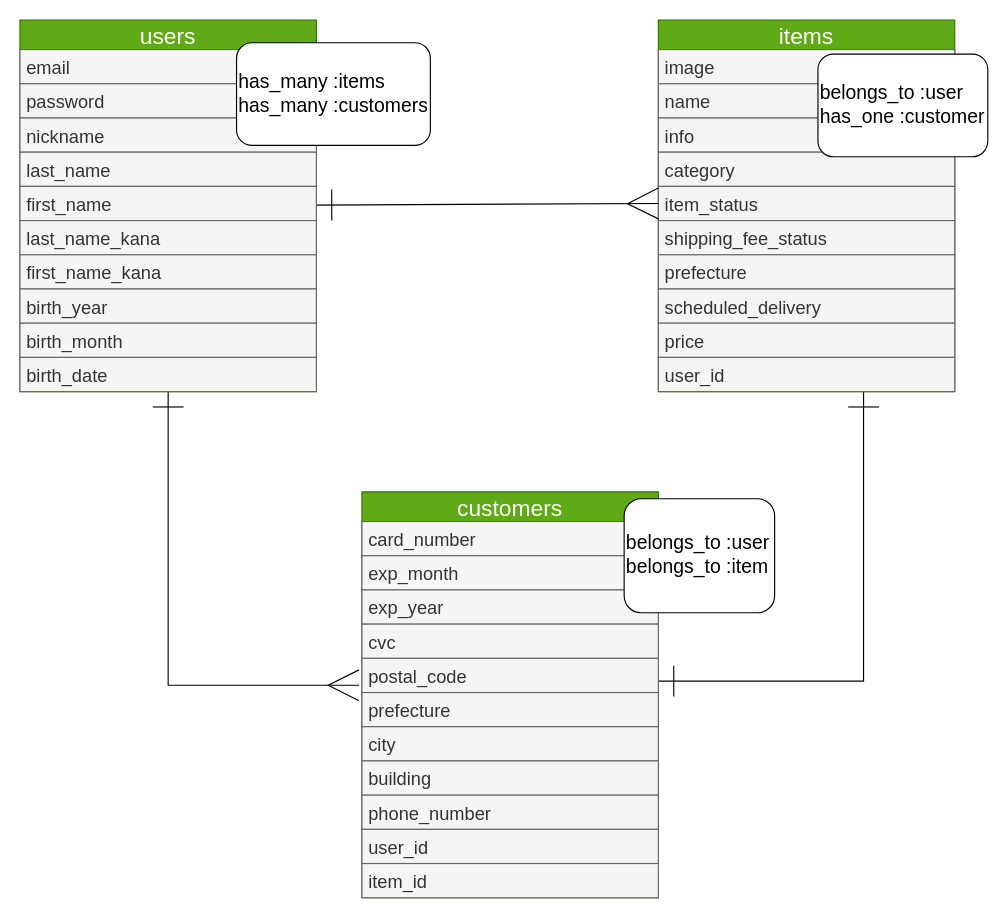
Before: furima.dio in abmsonic/furima-29106, a draw.io diagram. Source tidied: cells renumbered, new cells numbered last; positions are measured from the earlier drawing's top-left corner, leaving out a move shared by most shapes. Both pictures are drawn from the tidied source at 114%, with x=0, y=0 at pixel (19, 19).
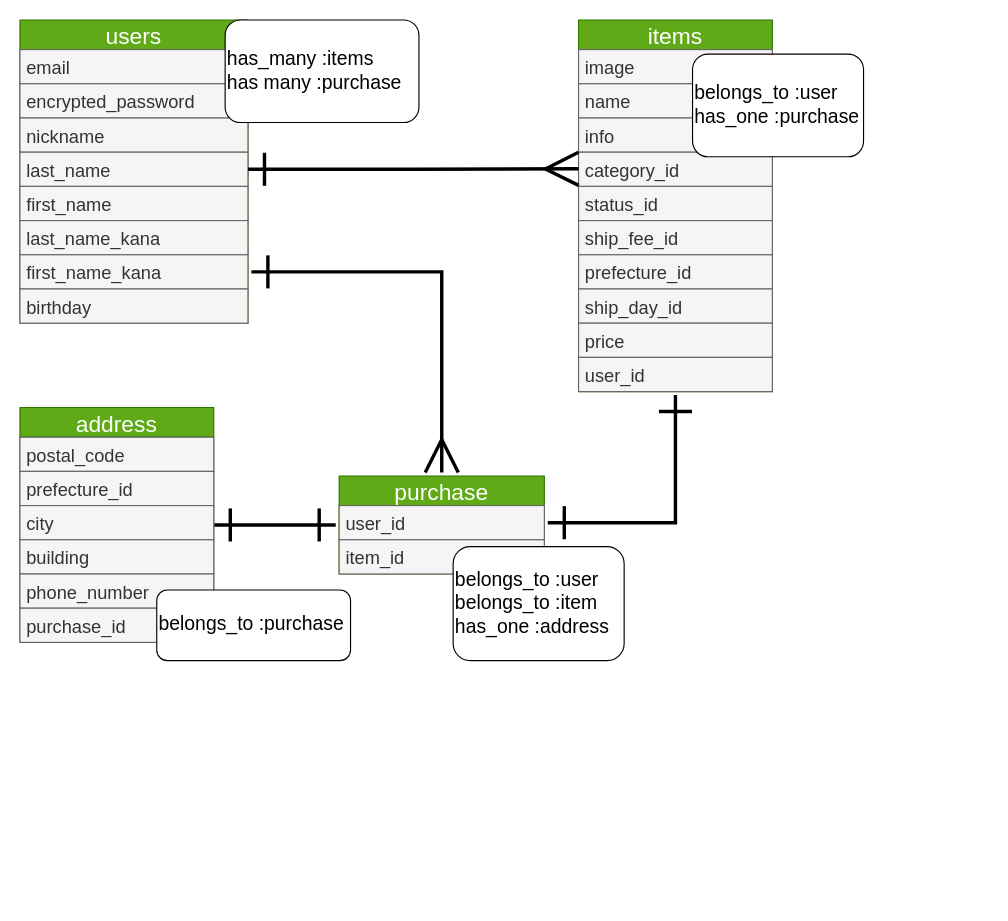
Above is the later version.

Commit message (it also covers changes not shown here):
ER図とREADMEの訂正01

Change to the diagram source:
```diff
@@
-    <mxCell id="2" style="edgeStyle=orthogonalEdgeStyle;rounded=0;jettySize=auto;html=1;startArrow=ERone;startFill=0;startSize=25;endArrow=ERone;endFill=0;endSize=25;targetPerimeterSpacing=0;strokeWidth=1;" parent="1" edge="1" source="8" target="25">
-      <mxGeometry relative="1" as="geometry">
-        <Array as="points">
-          <mxPoint x="740" y="580" />
-        </Array>
-      </mxGeometry>
-    </mxCell>
+    <mxCell id="42" style="edgeStyle=orthogonalEdgeStyle;rounded=0;jettySize=auto;html=1;entryX=1;entryY=0.5;entryDx=0;entryDy=0;startArrow=ERone;startFill=0;endArrow=ERone;endFill=0;strokeWidth=3;endSize=25;startSize=25;targetPerimeterSpacing=3;sourcePerimeterSpacing=3;" parent="1" edge="1" source="3" target="43">
+      <mxGeometry relative="1" as="geometry" />
+    </mxCell>
-    <mxCell id="3" value="customers" style="swimlane;fontStyle=0;horizontal=1;startSize=26;align=center;fontSize=20;fillColor=#60a917;strokeColor=#2D7600;fontColor=#ffffff;labelBackgroundColor=none;" parent="1" vertex="1">
-      <mxGeometry x="300" y="414" width="260" height="356" as="geometry" />
+    <mxCell id="3" value="purchase" style="swimlane;fontStyle=0;horizontal=1;startSize=26;align=center;fontSize=20;fillColor=#60a917;strokeColor=#2D7600;fontColor=#ffffff;labelBackgroundColor=none;" parent="1" vertex="1">
+      <mxGeometry x="280" y="400" width="180" height="86" as="geometry" />
     </mxCell>
-    <mxCell id="4" value="card_number" style="text;spacingLeft=4;spacingRight=4;overflow=hidden;fontSize=16;labelBackgroundColor=none;fillColor=#f5f5f5;strokeColor=#666666;fontColor=#333333;" parent="3" vertex="1">
-      <mxGeometry y="26" width="260" height="30" as="geometry" />
-    </mxCell>
-    <mxCell id="5" value="exp_month" style="text;spacingLeft=4;spacingRight=4;overflow=hidden;fontSize=16;labelBackgroundColor=none;fillColor=#f5f5f5;strokeColor=#666666;fontColor=#333333;" parent="3" vertex="1">
-      <mxGeometry y="56" width="260" height="30" as="geometry" />
-    </mxCell>
-    <mxCell id="6" value="exp_year" style="text;spacingLeft=4;spacingRight=4;overflow=hidden;fontSize=16;labelBackgroundColor=none;fillColor=#f5f5f5;strokeColor=#666666;fontColor=#333333;" parent="3" vertex="1">
-      <mxGeometry y="86" width="260" height="30" as="geometry" />
-    </mxCell>
-    <mxCell id="7" value="cvc" style="text;spacingLeft=4;spacingRight=4;overflow=hidden;fontSize=16;labelBackgroundColor=none;fillColor=#f5f5f5;strokeColor=#666666;fontColor=#333333;" parent="3" vertex="1">
-      <mxGeometry y="116" width="260" height="30" as="geometry" />
-    </mxCell>
-    <mxCell id="8" value="postal_code" style="text;spacingLeft=4;spacingRight=4;overflow=hidden;points=[[0,0.5],[1,0.5]];portConstraint=eastwest;fontSize=16;labelBackgroundColor=none;fillColor=#f5f5f5;strokeColor=#666666;fontColor=#333333;" parent="3" vertex="1">
-      <mxGeometry y="146" width="260" height="30" as="geometry" />
+    <mxCell id="8" value="user_id" style="text;spacingLeft=4;spacingRight=4;overflow=hidden;points=[[0,0.5],[1,0.5]];portConstraint=eastwest;fontSize=16;labelBackgroundColor=none;fillColor=#f5f5f5;strokeColor=#666666;fontColor=#333333;" parent="3" vertex="1">
+      <mxGeometry y="26" width="180" height="30" as="geometry" />
     </mxCell>
-    <mxCell id="9" value="prefecture" style="text;spacingLeft=4;spacingRight=4;overflow=hidden;fontSize=16;labelBackgroundColor=none;fillColor=#f5f5f5;strokeColor=#666666;fontColor=#333333;" parent="3" vertex="1">
-      <mxGeometry y="176" width="260" height="30" as="geometry" />
+    <mxCell id="9" value="item_id" style="text;spacingLeft=4;spacingRight=4;overflow=hidden;fontSize=16;labelBackgroundColor=none;fillColor=#f5f5f5;strokeColor=#666666;fontColor=#333333;" parent="3" vertex="1">
+      <mxGeometry y="56" width="180" height="30" as="geometry" />
     </mxCell>
-    <mxCell id="10" value="city" style="text;spacingLeft=4;spacingRight=4;overflow=hidden;fontSize=16;labelBackgroundColor=none;fillColor=#f5f5f5;strokeColor=#666666;fontColor=#333333;" parent="3" vertex="1">
-      <mxGeometry y="206" width="260" height="30" as="geometry" />
-    </mxCell>
-    <mxCell id="11" value="building" style="text;spacingLeft=4;spacingRight=4;overflow=hidden;fontSize=16;labelBackgroundColor=none;fillColor=#f5f5f5;strokeColor=#666666;fontColor=#333333;" parent="3" vertex="1">
-      <mxGeometry y="236" width="260" height="30" as="geometry" />
-    </mxCell>
-    <mxCell id="12" value="phone_number" style="text;spacingLeft=4;spacingRight=4;overflow=hidden;fontSize=16;labelBackgroundColor=none;fillColor=#f5f5f5;strokeColor=#666666;fontColor=#333333;" parent="3" vertex="1">
-      <mxGeometry y="266" width="260" height="30" as="geometry" />
-    </mxCell>
-    <mxCell id="13" value="user_id" style="text;spacingLeft=4;spacingRight=4;overflow=hidden;fontSize=16;fillColor=#f5f5f5;strokeColor=#666666;fontColor=#333333;" parent="3" vertex="1">
-      <mxGeometry y="296" width="260" height="30" as="geometry" />
-    </mxCell>
-    <mxCell id="14" value="item_id" style="text;spacingLeft=4;spacingRight=4;overflow=hidden;fontSize=16;labelBackgroundColor=none;fillColor=#f5f5f5;strokeColor=#666666;fontColor=#333333;" parent="3" vertex="1">
-      <mxGeometry y="326" width="260" height="30" as="geometry" />
-    </mxCell>
     <mxCell id="15" value="items" style="swimlane;fontStyle=0;horizontal=1;startSize=26;align=center;fontSize=20;fillColor=#60a917;strokeColor=#2D7600;fontColor=#ffffff;" parent="1" vertex="1">
-      <mxGeometry x="560" width="260" height="326" as="geometry" />
+      <mxGeometry x="490" width="170" height="326" as="geometry" />
     </mxCell>
     <mxCell id="16" value="image" style="text;strokeColor=#666666;fillColor=#f5f5f5;spacingLeft=4;spacingRight=4;overflow=hidden;fontSize=16;fontColor=#333333;" parent="15" vertex="1">
-      <mxGeometry y="26" width="260" height="30" as="geometry" />
+      <mxGeometry y="26" width="170" height="30" as="geometry" />
     </mxCell>
     <mxCell id="17" value="name" style="text;strokeColor=#666666;fillColor=#f5f5f5;spacingLeft=4;spacingRight=4;overflow=hidden;fontSize=16;fontColor=#333333;" parent="15" vertex="1">
-      <mxGeometry y="56" width="260" height="30" as="geometry" />
+      <mxGeometry y="56" width="170" height="30" as="geometry" />
     </mxCell>
     <mxCell id="18" value="info" style="text;strokeColor=#666666;fillColor=#f5f5f5;spacingLeft=4;spacingRight=4;overflow=hidden;fontSize=16;fontColor=#333333;" parent="15" vertex="1">
-      <mxGeometry y="86" width="260" height="30" as="geometry" />
+      <mxGeometry y="86" width="170" height="30" as="geometry" />
     </mxCell>
-    <mxCell id="19" value="category" style="text;strokeColor=#666666;fillColor=#f5f5f5;spacingLeft=4;spacingRight=4;overflow=hidden;fontSize=16;fontColor=#333333;" parent="15" vertex="1">
-      <mxGeometry y="116" width="260" height="30" as="geometry" />
+    <mxCell id="19" value="category_id" style="text;strokeColor=#666666;fillColor=#f5f5f5;spacingLeft=4;spacingRight=4;overflow=hidden;fontSize=16;fontColor=#333333;" parent="15" vertex="1">
+      <mxGeometry y="116" width="170" height="30" as="geometry" />
     </mxCell>
-    <mxCell id="20" value="item_status" style="text;strokeColor=#666666;fillColor=#f5f5f5;spacingLeft=4;spacingRight=4;overflow=hidden;points=[[0,0.5],[1,0.5]];portConstraint=eastwest;fontSize=16;fontColor=#333333;" parent="15" vertex="1">
-      <mxGeometry y="146" width="260" height="30" as="geometry" />
+    <mxCell id="20" value="status_id" style="text;strokeColor=#666666;fillColor=#f5f5f5;spacingLeft=4;spacingRight=4;overflow=hidden;points=[[0,0.5],[1,0.5]];portConstraint=eastwest;fontSize=16;fontColor=#333333;" parent="15" vertex="1">
+      <mxGeometry y="146" width="170" height="30" as="geometry" />
     </mxCell>
-    <mxCell id="21" value="shipping_fee_status" style="text;strokeColor=#666666;fillColor=#f5f5f5;spacingLeft=4;spacingRight=4;overflow=hidden;fontSize=16;fontColor=#333333;" parent="15" vertex="1">
-      <mxGeometry y="176" width="260" height="30" as="geometry" />
+    <mxCell id="21" value="ship_fee_id" style="text;strokeColor=#666666;fillColor=#f5f5f5;spacingLeft=4;spacingRight=4;overflow=hidden;fontSize=16;fontColor=#333333;" parent="15" vertex="1">
+      <mxGeometry y="176" width="170" height="30" as="geometry" />
     </mxCell>
-    <mxCell id="22" value="prefecture" style="text;strokeColor=#666666;fillColor=#f5f5f5;spacingLeft=4;spacingRight=4;overflow=hidden;fontSize=16;fontColor=#333333;" parent="15" vertex="1">
-      <mxGeometry y="206" width="260" height="30" as="geometry" />
+    <mxCell id="22" value="prefecture_id" style="text;strokeColor=#666666;fillColor=#f5f5f5;spacingLeft=4;spacingRight=4;overflow=hidden;fontSize=16;fontColor=#333333;" parent="15" vertex="1">
+      <mxGeometry y="206" width="170" height="30" as="geometry" />
     </mxCell>
-    <mxCell id="23" value="scheduled_delivery" style="text;strokeColor=#666666;fillColor=#f5f5f5;spacingLeft=4;spacingRight=4;overflow=hidden;fontSize=16;fontColor=#333333;" parent="15" vertex="1">
-      <mxGeometry y="236" width="260" height="30" as="geometry" />
+    <mxCell id="23" value="ship_day_id" style="text;strokeColor=#666666;fillColor=#f5f5f5;spacingLeft=4;spacingRight=4;overflow=hidden;fontSize=16;fontColor=#333333;" parent="15" vertex="1">
+      <mxGeometry y="236" width="170" height="30" as="geometry" />
     </mxCell>
     <mxCell id="24" value="price" style="text;strokeColor=#666666;fillColor=#f5f5f5;spacingLeft=4;spacingRight=4;overflow=hidden;fontSize=16;fontColor=#333333;" parent="15" vertex="1">
-      <mxGeometry y="266" width="260" height="30" as="geometry" />
+      <mxGeometry y="266" width="170" height="30" as="geometry" />
     </mxCell>
     <mxCell id="25" value="user_id" style="text;strokeColor=#666666;fillColor=#f5f5f5;spacingLeft=4;spacingRight=4;overflow=hidden;points=[[0,0.5],[1,0.5]];portConstraint=eastwest;fontSize=16;fontColor=#333333;" parent="15" vertex="1">
-      <mxGeometry y="296" width="260" height="30" as="geometry" />
+      <mxGeometry y="296" width="170" height="30" as="geometry" />
     </mxCell>
-    <mxCell id="26" style="rounded=0;jettySize=auto;html=1;entryX=0;entryY=0.5;entryDx=0;entryDy=0;endArrow=ERmany;endFill=0;startArrow=ERone;startFill=0;strokeWidth=1;endSize=25;targetPerimeterSpacing=0;startSize=25;" parent="1" edge="1" source="28" target="20">
-      <mxGeometry relative="1" as="geometry" />
-    </mxCell>
-    <mxCell id="27" style="edgeStyle=orthogonalEdgeStyle;rounded=0;jettySize=auto;html=1;entryX=-0.01;entryY=0.787;entryDx=0;entryDy=0;entryPerimeter=0;startArrow=ERone;startFill=0;startSize=25;endArrow=ERmany;endFill=0;endSize=25;targetPerimeterSpacing=0;strokeWidth=1;" parent="1" edge="1" source="28" target="8">
-      <mxGeometry relative="1" as="geometry" />
-    </mxCell>
     <mxCell id="28" value="users" style="swimlane;fontStyle=0;horizontal=1;startSize=26;align=center;fontSize=20;fillColor=#60a917;strokeColor=#2D7600;fontColor=#ffffff;" parent="1" vertex="1">
-      <mxGeometry width="260" height="326" as="geometry" />
+      <mxGeometry width="200" height="266" as="geometry" />
     </mxCell>
     <mxCell id="29" value="email" style="text;strokeColor=#666666;fillColor=#f5f5f5;spacingLeft=4;spacingRight=4;overflow=hidden;fontSize=16;fontColor=#333333;" parent="28" vertex="1">
-      <mxGeometry y="26" width="260" height="30" as="geometry" />
+      <mxGeometry y="26" width="200" height="30" as="geometry" />
     </mxCell>
-    <mxCell id="30" value="password" style="text;strokeColor=#666666;fillColor=#f5f5f5;spacingLeft=4;spacingRight=4;overflow=hidden;fontSize=16;fontColor=#333333;" parent="28" vertex="1">
-      <mxGeometry y="56" width="260" height="30" as="geometry" />
+    <mxCell id="30" value="encrypted_password" style="text;strokeColor=#666666;fillColor=#f5f5f5;spacingLeft=4;spacingRight=4;overflow=hidden;fontSize=16;fontColor=#333333;" parent="28" vertex="1">
+      <mxGeometry y="56" width="200" height="30" as="geometry" />
     </mxCell>
     <mxCell id="31" value="nickname" style="text;strokeColor=#666666;fillColor=#f5f5f5;spacingLeft=4;spacingRight=4;overflow=hidden;fontSize=16;fontColor=#333333;" parent="28" vertex="1">
-      <mxGeometry y="86" width="260" height="30" as="geometry" />
+      <mxGeometry y="86" width="200" height="30" as="geometry" />
     </mxCell>
     <mxCell id="32" value="last_name" style="text;strokeColor=#666666;fillColor=#f5f5f5;spacingLeft=4;spacingRight=4;overflow=hidden;points=[[0,0.5],[1,0.5]];portConstraint=eastwest;fontSize=16;fontColor=#333333;" parent="28" vertex="1">
-      <mxGeometry y="116" width="260" height="30" as="geometry" />
+      <mxGeometry y="116" width="200" height="30" as="geometry" />
     </mxCell>
     <mxCell id="33" value="first_name" style="text;strokeColor=#666666;fillColor=#f5f5f5;spacingLeft=4;spacingRight=4;overflow=hidden;fontSize=16;fontColor=#333333;" parent="28" vertex="1">
-      <mxGeometry y="146" width="260" height="30" as="geometry" />
+      <mxGeometry y="146" width="200" height="30" as="geometry" />
     </mxCell>
     <mxCell id="34" value="last_name_kana" style="text;strokeColor=#666666;fillColor=#f5f5f5;spacingLeft=4;spacingRight=4;overflow=hidden;fontSize=16;fontColor=#333333;" parent="28" vertex="1">
-      <mxGeometry y="176" width="260" height="30" as="geometry" />
+      <mxGeometry y="176" width="200" height="30" as="geometry" />
     </mxCell>
     <mxCell id="35" value="first_name_kana" style="text;strokeColor=#666666;fillColor=#f5f5f5;spacingLeft=4;spacingRight=4;overflow=hidden;points=[[0,0.5],[1,0.5]];portConstraint=eastwest;fontSize=16;fontColor=#333333;" parent="28" vertex="1">
-      <mxGeometry y="206" width="260" height="30" as="geometry" />
+      <mxGeometry y="206" width="200" height="30" as="geometry" />
     </mxCell>
-    <mxCell id="36" value="birth_year" style="text;strokeColor=#666666;fillColor=#f5f5f5;spacingLeft=4;spacingRight=4;overflow=hidden;fontSize=16;fontColor=#333333;" parent="28" vertex="1">
-      <mxGeometry y="236" width="260" height="30" as="geometry" />
+    <mxCell id="36" value="birthday" style="text;strokeColor=#666666;fillColor=#f5f5f5;spacingLeft=4;spacingRight=4;overflow=hidden;fontSize=16;fontColor=#333333;" parent="28" vertex="1">
+      <mxGeometry y="236" width="200" height="30" as="geometry" />
     </mxCell>
-    <mxCell id="37" value="birth_month" style="text;strokeColor=#666666;fillColor=#f5f5f5;spacingLeft=4;spacingRight=4;overflow=hidden;fontSize=16;fontColor=#333333;" parent="28" vertex="1">
-      <mxGeometry y="266" width="260" height="30" as="geometry" />
-    </mxCell>
-    <mxCell id="38" value="birth_date" style="text;strokeColor=#666666;fillColor=#f5f5f5;spacingLeft=4;spacingRight=4;overflow=hidden;fontSize=16;fontColor=#333333;" parent="28" vertex="1">
-      <mxGeometry y="296" width="260" height="30" as="geometry" />
-    </mxCell>
-    <mxCell id="39" value="has_many :items&lt;br style=&quot;font-size: 17px;&quot;&gt;has_many :customers" style="rounded=1;whiteSpace=wrap;html=1;align=left;verticalAlign=middle;fontSize=17;" parent="1" vertex="1">
-      <mxGeometry x="190" y="20" width="170" height="90" as="geometry" />
-    </mxCell>
-    <mxCell id="40" value="belongs_to :user&lt;br style=&quot;font-size: 17px;&quot;&gt;has_one :customer" style="rounded=1;whiteSpace=wrap;html=1;align=left;fontSize=17;" parent="1" vertex="1">
-      <mxGeometry x="700" y="30" width="149" height="90" as="geometry" />
+    <mxCell id="40" value="has_many :items&lt;br style=&quot;font-size: 17px&quot;&gt;has many :purchase" style="rounded=1;whiteSpace=wrap;html=1;align=left;fontSize=17;" parent="1" vertex="1">
+      <mxGeometry x="180" width="170" height="90" as="geometry" />
     </mxCell>
-    <mxCell id="41" value="belongs_to :user&lt;br style=&quot;font-size: 17px;&quot;&gt;belongs_to :item" style="rounded=1;whiteSpace=wrap;html=1;align=left;fontSize=17;" parent="1" vertex="1">
-      <mxGeometry x="530" y="420" width="132" height="100" as="geometry" />
+    <mxCell id="41" value="belongs_to :user&lt;br style=&quot;font-size: 17px&quot;&gt;belongs_to :item&lt;br&gt;has_one :address" style="rounded=1;whiteSpace=wrap;html=1;align=left;fontSize=17;" parent="1" vertex="1">
+      <mxGeometry x="380" y="462" width="150" height="100" as="geometry" />
     </mxCell>
+    <mxCell id="43" value="address" style="swimlane;fontStyle=0;horizontal=1;startSize=26;align=center;fontSize=20;fillColor=#60a917;strokeColor=#2D7600;fontColor=#ffffff;labelBackgroundColor=none;" parent="1" vertex="1">
+      <mxGeometry y="340" width="170" height="206" as="geometry" />
+    </mxCell>
+    <mxCell id="44" value="postal_code" style="text;spacingLeft=4;spacingRight=4;overflow=hidden;fontSize=16;labelBackgroundColor=none;fillColor=#f5f5f5;strokeColor=#666666;fontColor=#333333;" parent="43" vertex="1">
+      <mxGeometry y="26" width="170" height="30" as="geometry" />
+    </mxCell>
+    <mxCell id="45" value="prefecture_id" style="text;spacingLeft=4;spacingRight=4;overflow=hidden;fontSize=16;labelBackgroundColor=none;fillColor=#f5f5f5;strokeColor=#666666;fontColor=#333333;" parent="43" vertex="1">
+      <mxGeometry y="56" width="170" height="30" as="geometry" />
+    </mxCell>
+    <mxCell id="10" value="city" style="text;spacingLeft=4;spacingRight=4;overflow=hidden;fontSize=16;labelBackgroundColor=none;fillColor=#f5f5f5;strokeColor=#666666;fontColor=#333333;" parent="43" vertex="1">
+      <mxGeometry y="86" width="170" height="30" as="geometry" />
+    </mxCell>
+    <mxCell id="11" value="building" style="text;spacingLeft=4;spacingRight=4;overflow=hidden;fontSize=16;labelBackgroundColor=none;fillColor=#f5f5f5;strokeColor=#666666;fontColor=#333333;" parent="43" vertex="1">
+      <mxGeometry y="116" width="170" height="30" as="geometry" />
+    </mxCell>
+    <mxCell id="12" value="phone_number" style="text;spacingLeft=4;spacingRight=4;overflow=hidden;fontSize=16;labelBackgroundColor=none;fillColor=#f5f5f5;strokeColor=#666666;fontColor=#333333;" parent="43" vertex="1">
+      <mxGeometry y="146" width="170" height="30" as="geometry" />
+    </mxCell>
+    <mxCell id="46" value="purchase_id" style="text;spacingLeft=4;spacingRight=4;overflow=hidden;fontSize=16;labelBackgroundColor=none;fillColor=#f5f5f5;strokeColor=#666666;fontColor=#333333;" parent="43" vertex="1">
+      <mxGeometry y="176" width="170" height="30" as="geometry" />
+    </mxCell>
+    <mxCell id="47" style="edgeStyle=orthogonalEdgeStyle;rounded=0;jettySize=auto;html=1;exitX=1;exitY=0.5;exitDx=0;exitDy=0;endArrow=ERmany;endFill=0;startArrow=ERone;startFill=0;strokeWidth=3;endSize=25;startSize=25;targetPerimeterSpacing=3;sourcePerimeterSpacing=3;" parent="1" edge="1" source="32">
+      <mxGeometry relative="1" as="geometry">
+        <mxPoint x="490" y="130.6" as="targetPoint" />
+      </mxGeometry>
+    </mxCell>
+    <mxCell id="48" style="edgeStyle=orthogonalEdgeStyle;rounded=0;jettySize=auto;html=1;startArrow=ERone;startFill=0;endArrow=ERmany;endFill=0;strokeWidth=3;endSize=25;startSize=25;targetPerimeterSpacing=3;sourcePerimeterSpacing=3;" parent="1" edge="1" source="35" target="3">
+      <mxGeometry relative="1" as="geometry" />
+    </mxCell>
+    <mxCell id="49" style="edgeStyle=orthogonalEdgeStyle;rounded=0;jettySize=auto;html=1;startArrow=ERone;startFill=0;endArrow=ERone;endFill=0;strokeWidth=3;endSize=25;startSize=25;targetPerimeterSpacing=3;sourcePerimeterSpacing=3;" parent="1" edge="1" source="8" target="15">
+      <mxGeometry relative="1" as="geometry" />
+    </mxCell>
+    <mxCell id="39" value="belongs_to :user&lt;br style=&quot;font-size: 17px&quot;&gt;has_one :purchase" style="rounded=1;whiteSpace=wrap;html=1;align=left;verticalAlign=middle;fontSize=17;" parent="1" vertex="1">
+      <mxGeometry x="590" y="30" width="150" height="90" as="geometry" />
+    </mxCell>
+    <mxCell id="50" value="belongs_to :purchase" style="rounded=1;whiteSpace=wrap;html=1;align=left;fontSize=17;" parent="1" vertex="1">
+      <mxGeometry x="120" y="500" width="170" height="62" as="geometry" />
+    </mxCell>
```
